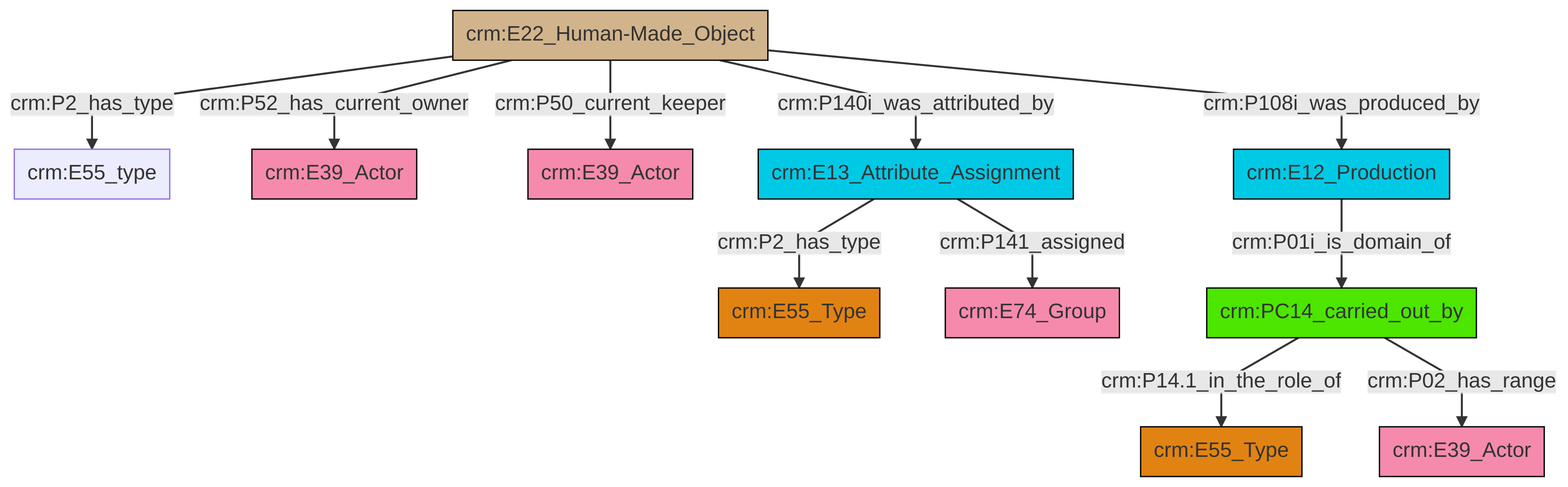
The Mermaid diagram et/artworkCSV/ttl/mmd/png/Artwork_Actor_Relations.png in swiss-art-research-net/reference-data-models, before a commit. Its source is kept beside it as et/artworkCSV/ttl/mmd/Artwork_Actor_Relations.ttl.mmd.
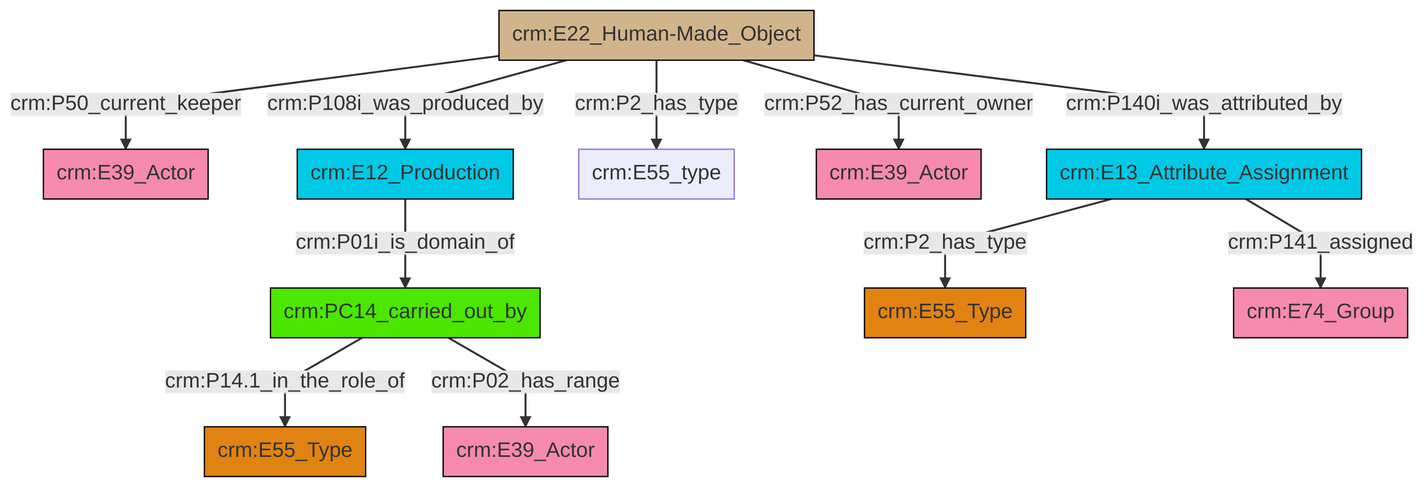
After the commit.

Change to the diagram source:
```diff
@@ -13,13 +13,13 @@
 classDef PC_Classes fill:#4ce600, stroke:#000000;
 classDef Multi fill:#cccccc,stroke:#000000;
 
-0["crm:E22_Human-Made_Object"]:::Physical_Thing -->|crm:P2_has_type| 1["crm:E55_type"]:::Default
-6["crm:E12_Production"]:::Temporal_Entity -->|crm:P01i_is_domain_of| 7["crm:PC14_carried_out_by"]:::PC_Classes
-8["crm:E13_Attribute_Assignment"]:::Temporal_Entity -->|crm:P2_has_type| 4["crm:E55_Type"]:::Type
-0["crm:E22_Human-Made_Object"]:::Physical_Thing -->|crm:P52_has_current_owner| 15["crm:E39_Actor"]:::Actor
-0["crm:E22_Human-Made_Object"]:::Physical_Thing -->|crm:P50_current_keeper| 2["crm:E39_Actor"]:::Actor
-8["crm:E13_Attribute_Assignment"]:::Temporal_Entity -->|crm:P141_assigned| 11["crm:E74_Group"]:::Actor
-0["crm:E22_Human-Made_Object"]:::Physical_Thing -->|crm:P140i_was_attributed_by| 8["crm:E13_Attribute_Assignment"]:::Temporal_Entity
-7["crm:PC14_carried_out_by"]:::PC_Classes -->|crm:P14.1_in_the_role_of| 16["crm:E55_Type"]:::Type
-7["crm:PC14_carried_out_by"]:::PC_Classes -->|crm:P02_has_range| 18["crm:E39_Actor"]:::Actor
-0["crm:E22_Human-Made_Object"]:::Physical_Thing -->|crm:P108i_was_produced_by| 6["crm:E12_Production"]:::Temporal_Entity
+4["crm:E22_Human-Made_Object"]:::Physical_Thing -->|crm:P50_current_keeper| 5["crm:E39_Actor"]:::Actor
+6["crm:PC14_carried_out_by"]:::PC_Classes -->|crm:P14.1_in_the_role_of| 7["crm:E55_Type"]:::Type
+0["crm:E13_Attribute_Assignment"]:::Temporal_Entity -->|crm:P2_has_type| 2["crm:E55_Type"]:::Type
+6["crm:PC14_carried_out_by"]:::PC_Classes -->|crm:P02_has_range| 12["crm:E39_Actor"]:::Actor
+4["crm:E22_Human-Made_Object"]:::Physical_Thing -->|crm:P108i_was_produced_by| 9["crm:E12_Production"]:::Temporal_Entity
+4["crm:E22_Human-Made_Object"]:::Physical_Thing -->|crm:P2_has_type| 13["crm:E55_type"]:::Default
+9["crm:E12_Production"]:::Temporal_Entity -->|crm:P01i_is_domain_of| 6["crm:PC14_carried_out_by"]:::PC_Classes
+4["crm:E22_Human-Made_Object"]:::Physical_Thing -->|crm:P52_has_current_owner| 20["crm:E39_Actor"]:::Actor
+0["crm:E13_Attribute_Assignment"]:::Temporal_Entity -->|crm:P141_assigned| 18["crm:E74_Group"]:::Actor
+4["crm:E22_Human-Made_Object"]:::Physical_Thing -->|crm:P140i_was_attributed_by| 0["crm:E13_Attribute_Assignment"]:::Temporal_Entity
```
